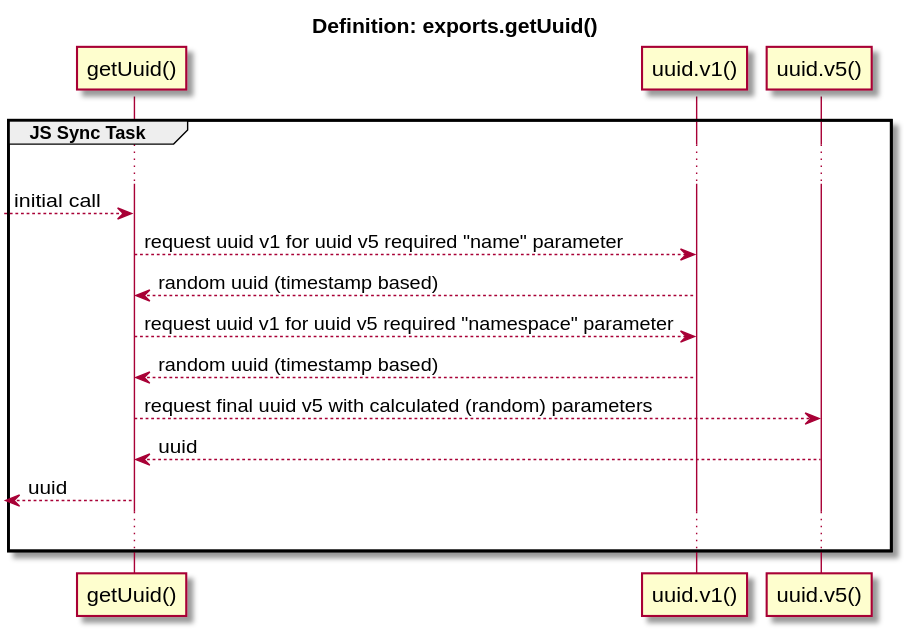
imazzine/imazzine.github.io keeps this PlantUML diagram as _uml/svg/EventTargetAPI/Definition_exports.getUuid.svg. Above is the earlier version.
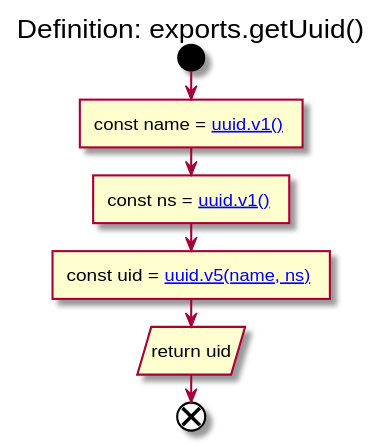
After the change.

Change to the diagram source:
```diff
@@ -1,20 +1,10 @@
 @startuml Definition_exports.getUuid
     title Definition: exports.getUuid()
 
-    participant "getUuid()" as fn
-    participant "uuid.v1()" as v1 [[https://www.npmjs.com/package/uuid#version-1-timestamp]]
-    participant "uuid.v5()" as v5 [[https://www.npmjs.com/package/uuid#version-5-namespace]]
-
-    group JS Sync Task
-        ...
-        --> fn: initial call
-        fn --> v1: request uuid v1 for uuid v5 required "name" parameter
-        fn <-- v1: random uuid (timestamp based)
-        fn --> v1: request uuid v1 for uuid v5 required "namespace" parameter
-        fn <-- v1: random uuid (timestamp based)
-        fn --> v5: request final uuid v5 with calculated (random) parameters
-        fn <-- v5: uuid
-        <-- fn: uuid
-        ...
+    start
+        :const name = [[https://www.npmjs.com/package/uuid#version-1-timestamp uuid.v1()]] ]
+        :const ns = [[https://www.npmjs.com/package/uuid#version-1-timestamp uuid.v1()]] ]
+        :const uid = [[https://www.npmjs.com/package/uuid#version-5-namespace uuid.v5(name, ns)]] ]
+        :return uid/
     end
 @enduml
```
